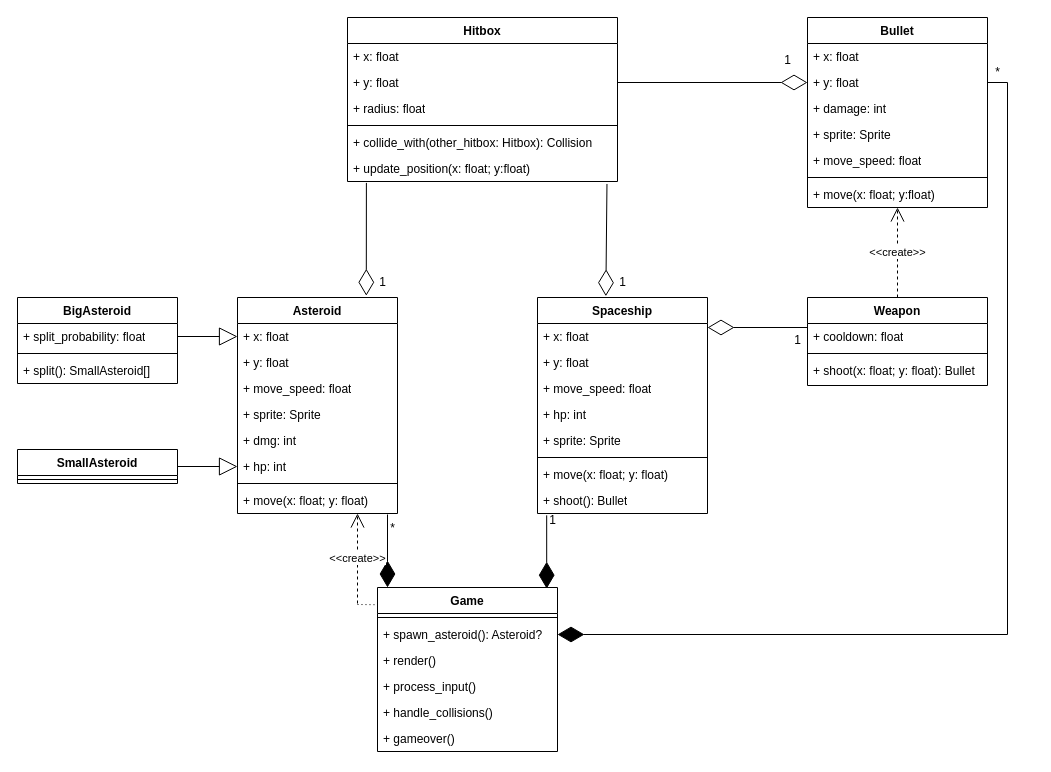
The draw.io diagram uml/AuP_Klassen_v6.drawio in timseebauer/SpaceShooterV2, before the edit. Source tidied: cells renumbered, new cells numbered last; positions are measured from the earlier drawing's top-left corner, leaving out a move shared by most shapes. Both pictures are drawn from the tidied source at 100%, with x=0, y=0 at pixel (17, 17).
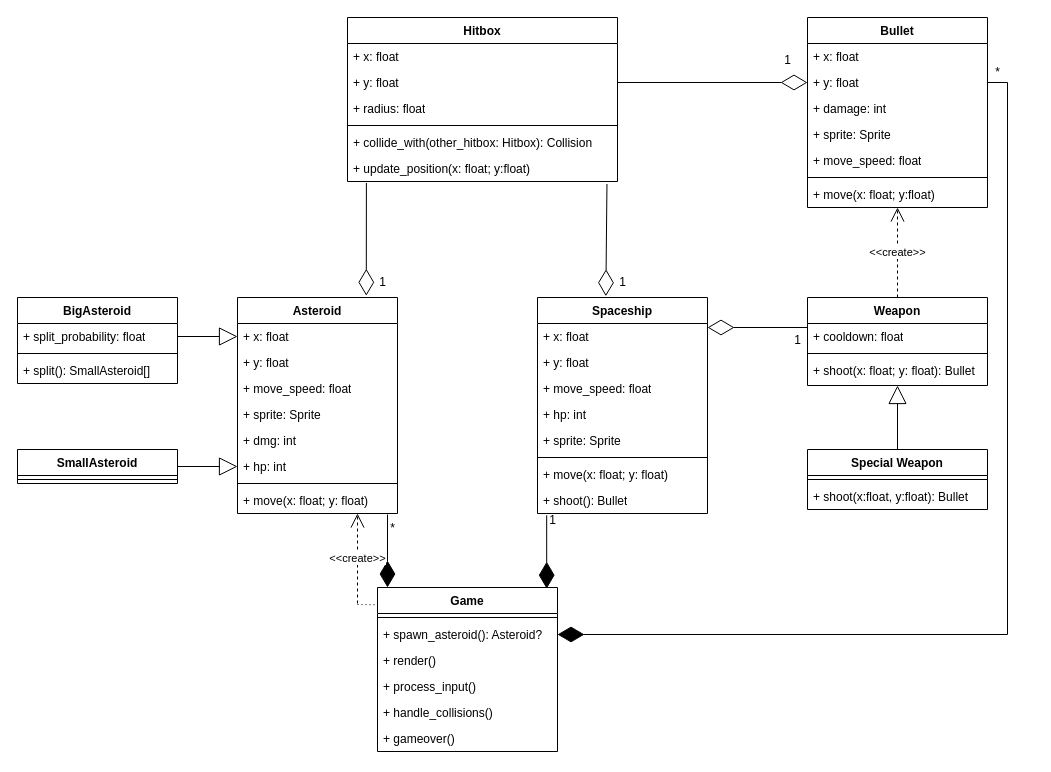
The same page after the edit.

Commit message (it also covers changes not shown here):
-adjusted class implementation -added special_weapon to uml and implemented

Unchanged cells that the change refers to:
```xml
<mxCell id="14" value="+ shoot(x: float; y: float): Bullet" style="text;strokeColor=none;fillColor=none;align=left;verticalAlign=top;spacingLeft=4;spacingRight=4;overflow=hidden;points=[[0,0.5],[1,0.5]];portConstraint=eastwest;whiteSpace=wrap;html=1;" parent="11" vertex="1">
  <mxGeometry y="60" width="180" height="28" as="geometry" />
</mxCell>
```

Change to the diagram source:
```diff
@@
+    <mxCell id="71" value="Special Weapon" style="swimlane;fontStyle=1;align=center;verticalAlign=top;horizontal=1;startSize=26;" parent="1" vertex="1">
+      <mxGeometry x="790" y="432" width="180" height="60" as="geometry" />
+    </mxCell>
+    <mxCell id="72" style="line;strokeWidth=1;fillColor=none;align=left;verticalAlign=middle;spacingTop=-1;spacingLeft=3;spacingRight=3;labelPosition=right;strokeColor=inherit;" parent="71" vertex="1">
+      <mxGeometry y="26" width="180" height="8" as="geometry" />
+    </mxCell>
+    <mxCell id="73" value="+ shoot(x:float, y:float): Bullet" style="text;strokeColor=none;fillColor=none;align=left;verticalAlign=top;spacingLeft=4;spacingRight=4;overflow=hidden;" parent="71" vertex="1">
+      <mxGeometry y="34" width="180" height="26" as="geometry" />
+    </mxCell>
+    <mxCell id="74" style="endArrow=block;endSize=16;endFill=0;html=1;rounded=0;" parent="1" edge="1" source="71" target="14">
+      <mxGeometry x="-0.01" relative="1" as="geometry" />
+    </mxCell>
```
